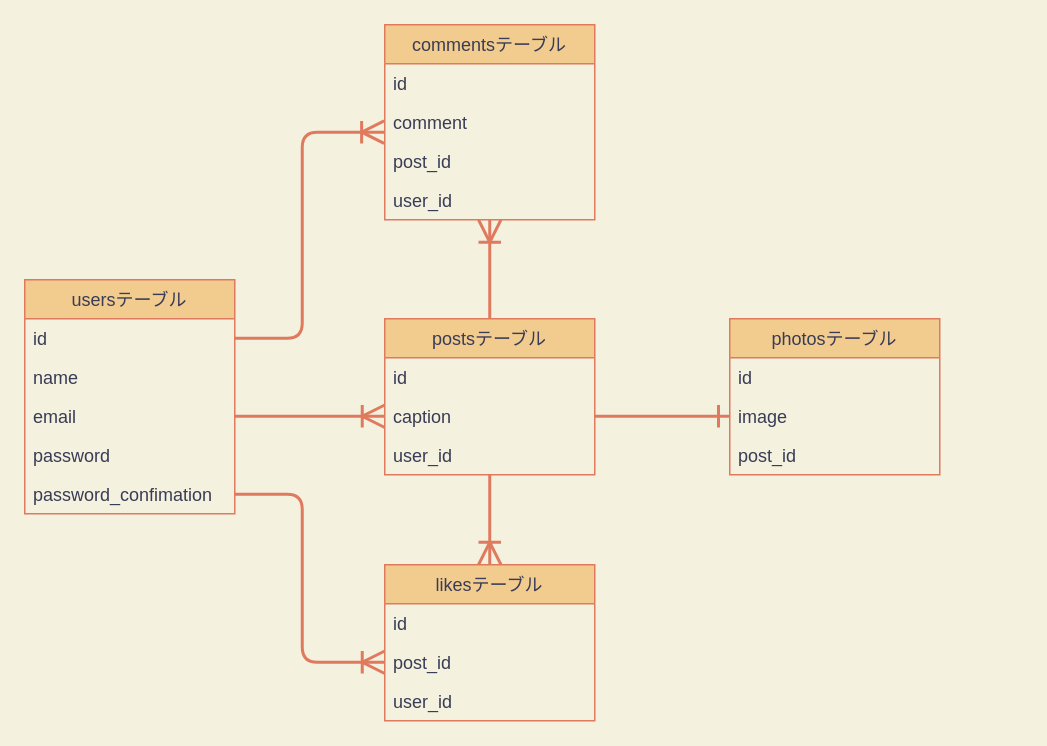
Earlier version of the draw.io diagram ER.dio (masakichi-eng/NekoPro-Tsubuyaki). Source tidied: cells renumbered, new cells numbered last; positions are measured from the earlier drawing's top-left corner, leaving out a move shared by most shapes. Both pictures are drawn from the tidied source at 150%, with x=0, y=0 at pixel (24, 24).
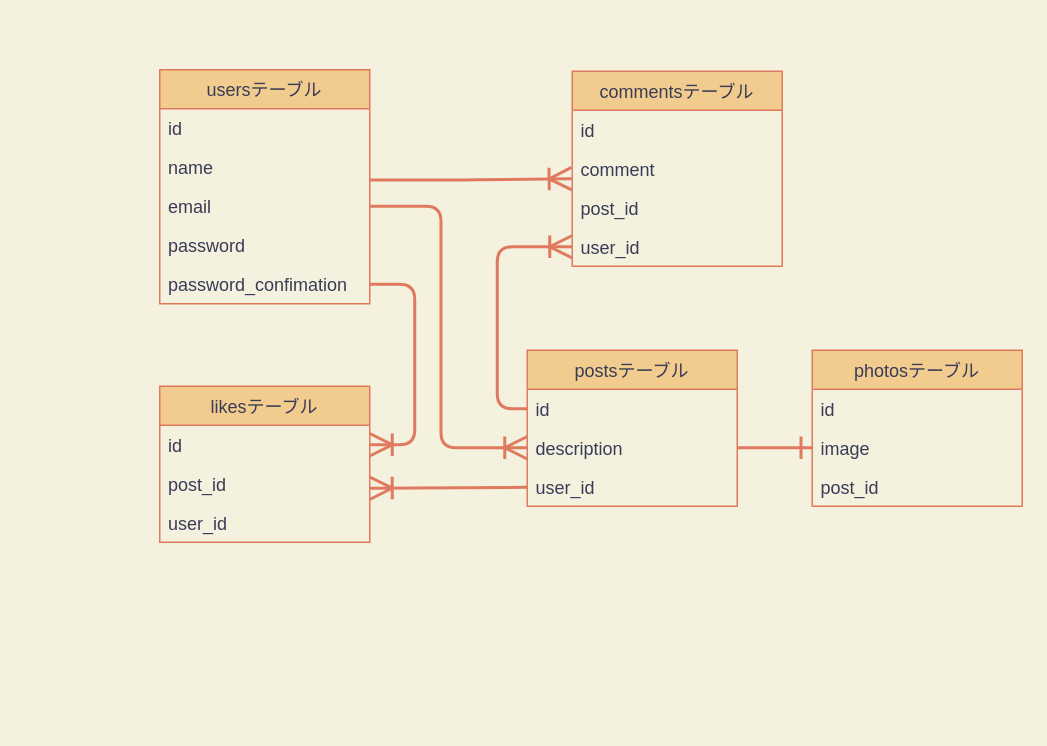
The same page after the edit.

The change refers to these unchanged cells:
```xml
<mxCell id="3" value="id" style="text;strokeColor=none;fillColor=none;align=left;verticalAlign=top;spacingLeft=4;spacingRight=4;overflow=hidden;points=[[0,0.5],[1,0.5]];portConstraint=eastwest;fontColor=#393C56;" parent="2" vertex="1">
  <mxGeometry y="26" width="140" height="26" as="geometry" />
</mxCell>
<mxCell id="4" value="name" style="text;strokeColor=none;fillColor=none;align=left;verticalAlign=top;spacingLeft=4;spacingRight=4;overflow=hidden;points=[[0,0.5],[1,0.5]];portConstraint=eastwest;fontColor=#393C56;" parent="2" vertex="1">
  <mxGeometry y="52" width="140" height="26" as="geometry" />
</mxCell>
<mxCell id="5" value="email" style="text;strokeColor=none;fillColor=none;align=left;verticalAlign=top;spacingLeft=4;spacingRight=4;overflow=hidden;points=[[0,0.5],[1,0.5]];portConstraint=eastwest;fontColor=#393C56;" parent="2" vertex="1">
  <mxGeometry y="78" width="140" height="26" as="geometry" />
</mxCell>
<mxCell id="7" value="password_confimation&#10;" style="text;strokeColor=none;fillColor=none;align=left;verticalAlign=top;spacingLeft=4;spacingRight=4;overflow=hidden;points=[[0,0.5],[1,0.5]];portConstraint=eastwest;fontColor=#393C56;" parent="2" vertex="1">
  <mxGeometry y="130" width="140" height="26" as="geometry" />
</mxCell>
<mxCell id="10" value="comment" style="text;strokeColor=none;fillColor=none;align=left;verticalAlign=top;spacingLeft=4;spacingRight=4;overflow=hidden;points=[[0,0.5],[1,0.5]];portConstraint=eastwest;fontColor=#393C56;" parent="8" vertex="1">
  <mxGeometry y="52" width="140" height="26" as="geometry" />
</mxCell>
<mxCell id="12" value="user_id" style="text;strokeColor=none;fillColor=none;align=left;verticalAlign=top;spacingLeft=4;spacingRight=4;overflow=hidden;points=[[0,0.5],[1,0.5]];portConstraint=eastwest;fontColor=#393C56;" parent="8" vertex="1">
  <mxGeometry y="104" width="140" height="26" as="geometry" />
</mxCell>
<mxCell id="16" value="id" style="text;strokeColor=none;fillColor=none;align=left;verticalAlign=top;spacingLeft=4;spacingRight=4;overflow=hidden;points=[[0,0.5],[1,0.5]];portConstraint=eastwest;fontColor=#393C56;" parent="15" vertex="1">
  <mxGeometry y="26" width="140" height="26" as="geometry" />
</mxCell>
<mxCell id="18" value="user_id" style="text;strokeColor=none;fillColor=none;align=left;verticalAlign=top;spacingLeft=4;spacingRight=4;overflow=hidden;points=[[0,0.5],[1,0.5]];portConstraint=eastwest;fontColor=#393C56;" parent="15" vertex="1">
  <mxGeometry y="78" width="140" height="26" as="geometry" />
</mxCell>
<mxCell id="20" value="id" style="text;strokeColor=none;fillColor=none;align=left;verticalAlign=top;spacingLeft=4;spacingRight=4;overflow=hidden;points=[[0,0.5],[1,0.5]];portConstraint=eastwest;fontColor=#393C56;" parent="19" vertex="1">
  <mxGeometry y="26" width="140" height="26" as="geometry" />
</mxCell>
<mxCell id="21" value="post_id" style="text;strokeColor=none;fillColor=none;align=left;verticalAlign=top;spacingLeft=4;spacingRight=4;overflow=hidden;points=[[0,0.5],[1,0.5]];portConstraint=eastwest;fontColor=#393C56;" parent="19" vertex="1">
  <mxGeometry y="52" width="140" height="26" as="geometry" />
</mxCell>
<mxCell id="25" value="image" style="text;strokeColor=none;fillColor=none;align=left;verticalAlign=top;spacingLeft=4;spacingRight=4;overflow=hidden;points=[[0,0.5],[1,0.5]];portConstraint=eastwest;fontColor=#393C56;" parent="23" vertex="1">
  <mxGeometry y="52" width="140" height="26" as="geometry" />
</mxCell>
```

What changed in the source:
```diff
@@
     <mxCell id="2" value="usersテーブル" style="swimlane;fontStyle=0;horizontal=1;startSize=26;fillColor=#F2CC8F;strokeColor=#E07A5F;fontColor=#393C56;" parent="1" vertex="1">
-      <mxGeometry y="170" width="140" height="156" as="geometry" />
+      <mxGeometry x="90" y="30" width="140" height="156" as="geometry" />
     </mxCell>
@@
     <mxCell id="8" value="commentsテーブル" style="swimlane;fontStyle=0;horizontal=1;startSize=26;fillColor=#F2CC8F;strokeColor=#E07A5F;fontColor=#393C56;" parent="1" vertex="1">
-      <mxGeometry x="240" width="140" height="130" as="geometry" />
+      <mxGeometry x="365" y="31" width="140" height="130" as="geometry" />
     </mxCell>
@@
-    <mxCell id="13" style="rounded=1;sketch=0;jettySize=auto;html=1;exitX=0.5;exitY=0;exitDx=0;exitDy=0;fontColor=#393C56;endArrow=ERoneToMany;endFill=0;endSize=12;targetPerimeterSpacing=3;strokeColor=#E07A5F;strokeWidth=2;fillColor=#F2CC8F;entryX=0.5;entryY=1;entryDx=0;entryDy=0;" parent="1" edge="1" source="15" target="8">
-      <mxGeometry relative="1" as="geometry" />
-    </mxCell>
-    <mxCell id="14" style="edgeStyle=orthogonalEdgeStyle;rounded=1;sketch=0;jettySize=auto;html=1;entryX=0.5;entryY=0;entryDx=0;entryDy=0;fontColor=#393C56;endArrow=ERoneToMany;endFill=0;endSize=12;targetPerimeterSpacing=3;strokeColor=#E07A5F;strokeWidth=2;fillColor=#F2CC8F;" parent="1" edge="1" source="15" target="19">
-      <mxGeometry relative="1" as="geometry" />
-    </mxCell>
     <mxCell id="15" value="postsテーブル" style="swimlane;fontStyle=0;horizontal=1;startSize=26;fillColor=#F2CC8F;strokeColor=#E07A5F;fontColor=#393C56;" parent="1" vertex="1">
-      <mxGeometry x="240" y="196" width="140" height="104" as="geometry" />
+      <mxGeometry x="335" y="217" width="140" height="104" as="geometry" />
     </mxCell>
@@
-    <mxCell id="17" value="caption" style="text;strokeColor=none;fillColor=none;align=left;verticalAlign=top;spacingLeft=4;spacingRight=4;overflow=hidden;points=[[0,0.5],[1,0.5]];portConstraint=eastwest;fontColor=#393C56;" parent="15" vertex="1">
+    <mxCell id="17" value="description" style="text;strokeColor=none;fillColor=none;align=left;verticalAlign=top;spacingLeft=4;spacingRight=4;overflow=hidden;points=[[0,0.5],[1,0.5]];portConstraint=eastwest;fontColor=#393C56;" parent="15" vertex="1">
       <mxGeometry y="52" width="140" height="26" as="geometry" />
     </mxCell>
@@
     <mxCell id="19" value="likesテーブル" style="swimlane;fontStyle=0;horizontal=1;startSize=26;fillColor=#F2CC8F;strokeColor=#E07A5F;fontColor=#393C56;" parent="1" vertex="1">
-      <mxGeometry x="240" y="360" width="140" height="104" as="geometry" />
+      <mxGeometry x="90" y="241" width="140" height="104" as="geometry" />
     </mxCell>
@@
     <mxCell id="23" value="photosテーブル" style="swimlane;fontStyle=0;horizontal=1;startSize=26;fillColor=#F2CC8F;strokeColor=#E07A5F;fontColor=#393C56;" parent="1" vertex="1">
-      <mxGeometry x="470" y="196" width="140" height="104" as="geometry" />
+      <mxGeometry x="525" y="217" width="140" height="104" as="geometry" />
     </mxCell>
@@
-    <mxCell id="27" style="edgeStyle=orthogonalEdgeStyle;rounded=1;sketch=0;jettySize=auto;html=1;exitX=1;exitY=0.5;exitDx=0;exitDy=0;entryX=-0.003;entryY=0.754;entryDx=0;entryDy=0;fontColor=#393C56;strokeColor=#E07A5F;fillColor=#F2CC8F;endArrow=ERoneToMany;endFill=0;strokeWidth=2;targetPerimeterSpacing=3;endSize=12;entryPerimeter=0;" parent="1" edge="1" source="3" target="10">
+    <mxCell id="27" style="edgeStyle=orthogonalEdgeStyle;rounded=1;sketch=0;jettySize=auto;html=1;exitX=1.002;exitY=0.828;exitDx=0;exitDy=0;entryX=-0.003;entryY=0.754;entryDx=0;entryDy=0;fontColor=#393C56;strokeColor=#E07A5F;fillColor=#F2CC8F;endArrow=ERoneToMany;endFill=0;strokeWidth=2;targetPerimeterSpacing=3;endSize=12;entryPerimeter=0;labelBackgroundColor=#F4F1DE;exitPerimeter=0;" parent="1" edge="1" source="4" target="10">
       <mxGeometry relative="1" as="geometry" />
     </mxCell>
-    <mxCell id="28" style="edgeStyle=orthogonalEdgeStyle;rounded=1;sketch=0;jettySize=auto;html=1;exitX=1;exitY=0.5;exitDx=0;exitDy=0;entryX=0;entryY=0.5;entryDx=0;entryDy=0;fontColor=#393C56;endArrow=ERoneToMany;endFill=0;endSize=12;targetPerimeterSpacing=3;strokeColor=#E07A5F;strokeWidth=2;fillColor=#F2CC8F;" parent="1" edge="1" source="5" target="17">
+    <mxCell id="28" style="edgeStyle=orthogonalEdgeStyle;rounded=1;sketch=0;jettySize=auto;html=1;exitX=1;exitY=0.5;exitDx=0;exitDy=0;entryX=0;entryY=0.5;entryDx=0;entryDy=0;fontColor=#393C56;endArrow=ERoneToMany;endFill=0;endSize=12;targetPerimeterSpacing=3;strokeColor=#E07A5F;strokeWidth=2;fillColor=#F2CC8F;labelBackgroundColor=#F4F1DE;" parent="1" edge="1" source="5" target="17">
       <mxGeometry relative="1" as="geometry" />
     </mxCell>
-    <mxCell id="29" style="edgeStyle=orthogonalEdgeStyle;rounded=1;sketch=0;jettySize=auto;html=1;exitX=1;exitY=0.5;exitDx=0;exitDy=0;entryX=0;entryY=0.5;entryDx=0;entryDy=0;fontColor=#393C56;endArrow=ERoneToMany;endFill=0;endSize=12;targetPerimeterSpacing=3;strokeColor=#E07A5F;strokeWidth=2;fillColor=#F2CC8F;" parent="1" edge="1" source="7" target="21">
-      <mxGeometry relative="1" as="geometry" />
+    <mxCell id="29" style="edgeStyle=orthogonalEdgeStyle;rounded=1;sketch=0;jettySize=auto;html=1;fontColor=#393C56;endArrow=ERoneToMany;endFill=0;endSize=12;targetPerimeterSpacing=3;strokeColor=#E07A5F;strokeWidth=2;fillColor=#F2CC8F;labelBackgroundColor=#F4F1DE;entryX=1;entryY=0.5;entryDx=0;entryDy=0;" parent="1" edge="1" target="20">
+      <mxGeometry relative="1" as="geometry">
+        <mxPoint x="230" y="173" as="sourcePoint" />
+        <Array as="points">
+          <mxPoint x="260" y="173" />
+          <mxPoint x="260" y="280" />
+        </Array>
+      </mxGeometry>
     </mxCell>
-    <mxCell id="30" style="edgeStyle=orthogonalEdgeStyle;rounded=1;sketch=0;jettySize=auto;html=1;exitX=1;exitY=0.5;exitDx=0;exitDy=0;entryX=0;entryY=0.5;entryDx=0;entryDy=0;fontColor=#393C56;endArrow=ERone;endFill=0;endSize=12;targetPerimeterSpacing=3;strokeColor=#E07A5F;strokeWidth=2;fillColor=#F2CC8F;" parent="1" edge="1" source="17" target="25">
+    <mxCell id="30" style="edgeStyle=orthogonalEdgeStyle;rounded=1;sketch=0;jettySize=auto;html=1;exitX=1;exitY=0.5;exitDx=0;exitDy=0;entryX=0;entryY=0.5;entryDx=0;entryDy=0;fontColor=#393C56;endArrow=ERone;endFill=0;endSize=12;targetPerimeterSpacing=3;strokeColor=#E07A5F;strokeWidth=2;fillColor=#F2CC8F;labelBackgroundColor=#F4F1DE;" parent="1" edge="1" source="17" target="25">
       <mxGeometry relative="1" as="geometry" />
     </mxCell>
+    <mxCell id="31" style="edgeStyle=orthogonalEdgeStyle;rounded=1;sketch=0;jettySize=auto;html=1;exitX=0;exitY=0.5;exitDx=0;exitDy=0;fontColor=#393C56;endArrow=ERoneToMany;endFill=0;endSize=12;targetPerimeterSpacing=3;strokeColor=#E07A5F;strokeWidth=2;fillColor=#F2CC8F;labelBackgroundColor=#F4F1DE;entryX=0;entryY=0.5;entryDx=0;entryDy=0;" parent="1" edge="1" source="16" target="12">
+      <mxGeometry relative="1" as="geometry" />
+    </mxCell>
+    <mxCell id="32" style="edgeStyle=none;rounded=1;sketch=0;jettySize=auto;html=1;fontColor=#393C56;fillColor=#F2CC8F;endArrow=ERoneToMany;endFill=0;strokeColor=#E07A5F;endSize=12;targetPerimeterSpacing=3;strokeWidth=2;entryX=1;entryY=0.615;entryDx=0;entryDy=0;entryPerimeter=0;" parent="1" edge="1" source="18" target="21">
+      <mxGeometry relative="1" as="geometry" />
+    </mxCell>
```
